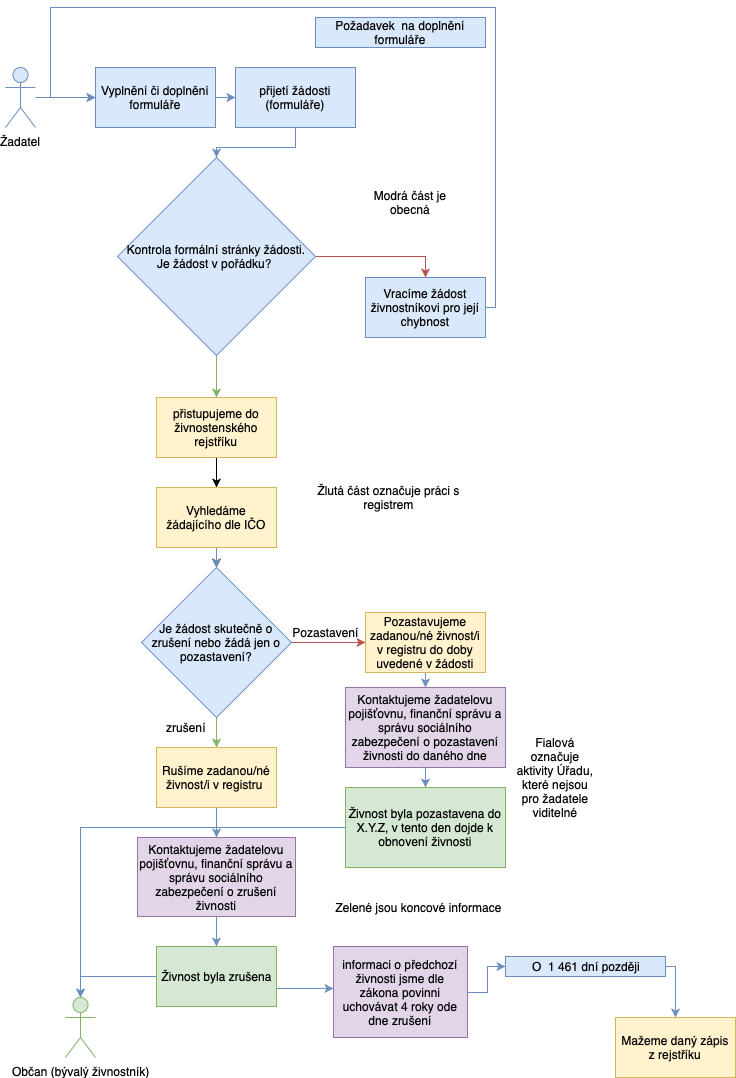
Above: rušení zápisu v rejstříku na žádost živnostníka.png in ridlees/Zivnostensky_urad (draw.io), before the change. Source tidied: cells renumbered, new cells last; positions are measured from the earlier drawing's top-left corner, leaving out a move shared by most shapes.
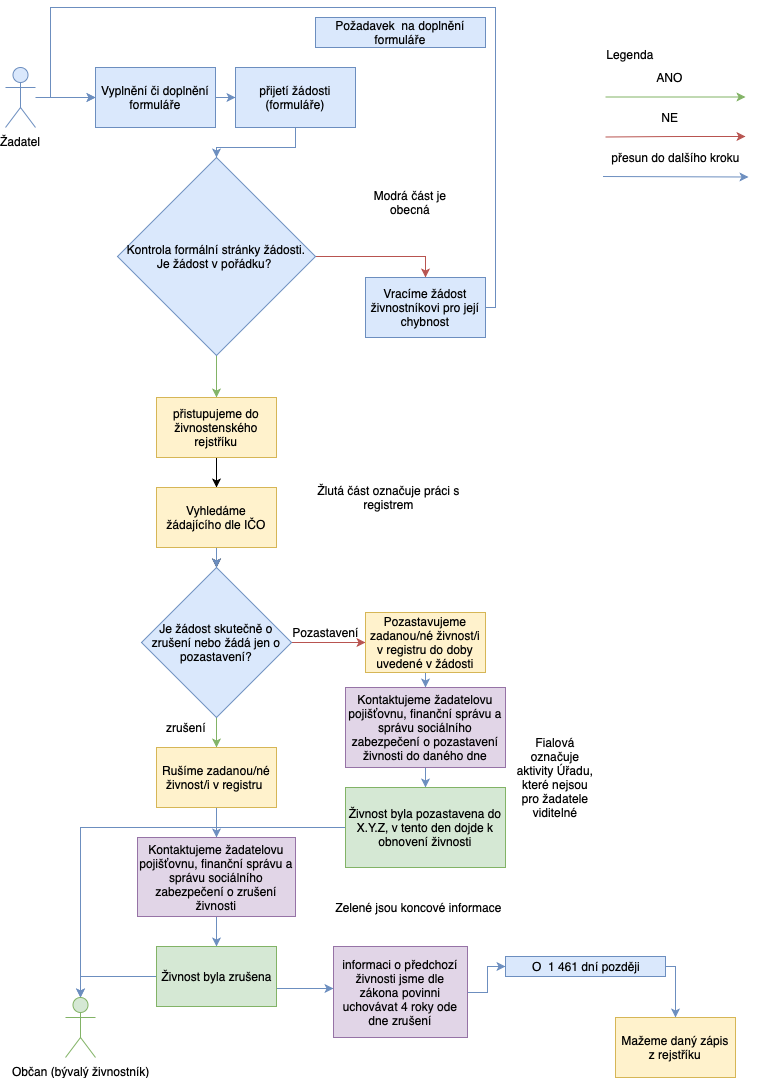
After the commit.

Change to the diagram source:
```diff
@@ -153,5 +153,38 @@
     <mxCell id="46" value="Zelené jsou koncové informace" style="text;html=1;strokeColor=none;fillColor=none;align=center;verticalAlign=middle;whiteSpace=wrap;rounded=0;" parent="1" vertex="1">
       <mxGeometry x="290" y="889.5" width="246" height="20" as="geometry" />
     </mxCell>
+    <mxCell id="47" style="endArrow=classic;html=1;fillColor=#d5e8d4;strokeColor=#82b366;" parent="1" edge="1">
+      <mxGeometry relative="1" as="geometry">
+        <mxPoint x="600" y="89.5" as="sourcePoint" />
+        <mxPoint x="740" y="89.5" as="targetPoint" />
+      </mxGeometry>
+    </mxCell>
+    <mxCell id="48" style="endArrow=classic;html=1;fillColor=#f8cecc;strokeColor=#b85450;" parent="1" edge="1">
+      <mxGeometry relative="1" as="geometry">
+        <mxPoint x="600" y="129.5" as="sourcePoint" />
+        <mxPoint x="740" y="129" as="targetPoint" />
+        <Array as="points">
+          <mxPoint x="670" y="129" />
+        </Array>
+      </mxGeometry>
+    </mxCell>
+    <mxCell id="49" value="ANO" style="text;html=1;strokeColor=none;fillColor=none;align=center;verticalAlign=middle;whiteSpace=wrap;rounded=0;" parent="1" vertex="1">
+      <mxGeometry x="644" y="59.5" width="40" height="20" as="geometry" />
+    </mxCell>
+    <mxCell id="50" value="NE" style="text;html=1;strokeColor=none;fillColor=none;align=center;verticalAlign=middle;whiteSpace=wrap;rounded=0;" parent="1" vertex="1">
+      <mxGeometry x="644.5" y="99.5" width="40" height="20" as="geometry" />
+    </mxCell>
+    <mxCell id="51" style="endArrow=classic;html=1;fillColor=#dae8fc;strokeColor=#6c8ebf;" parent="1" edge="1">
+      <mxGeometry relative="1" as="geometry">
+        <mxPoint x="597.5" y="169" as="sourcePoint" />
+        <mxPoint x="743" y="169.5" as="targetPoint" />
+      </mxGeometry>
+    </mxCell>
+    <mxCell id="52" value="přesun do dalšího kroku" style="text;html=1;strokeColor=none;fillColor=none;align=center;verticalAlign=middle;whiteSpace=wrap;rounded=0;" parent="1" vertex="1">
+      <mxGeometry x="590" y="139.5" width="160" height="20" as="geometry" />
+    </mxCell>
+    <mxCell id="53" value="Legenda" style="text;html=1;strokeColor=none;fillColor=none;align=center;verticalAlign=middle;whiteSpace=wrap;rounded=0;" parent="1" vertex="1">
+      <mxGeometry x="604" y="37" width="40" height="20" as="geometry" />
+    </mxCell>
   </root>
 </mxGraphModel>
```
